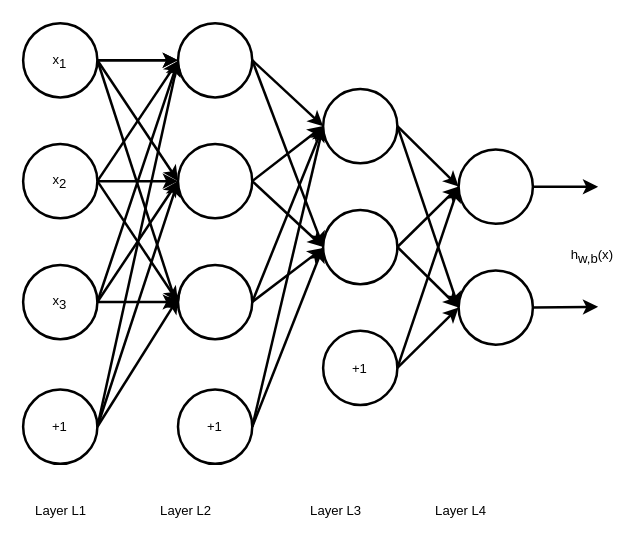
Liz606/Liz-todos keeps this draw.io diagram as 普通神经网络.drawio. Above is the earlier version. Source tidied: cells renumbered, new cells numbered last; positions are measured from the earlier drawing's top-left corner, leaving out a move shared by most shapes. Both pictures are drawn from the tidied source at 125%, with x=0, y=0 at pixel (22, 22).
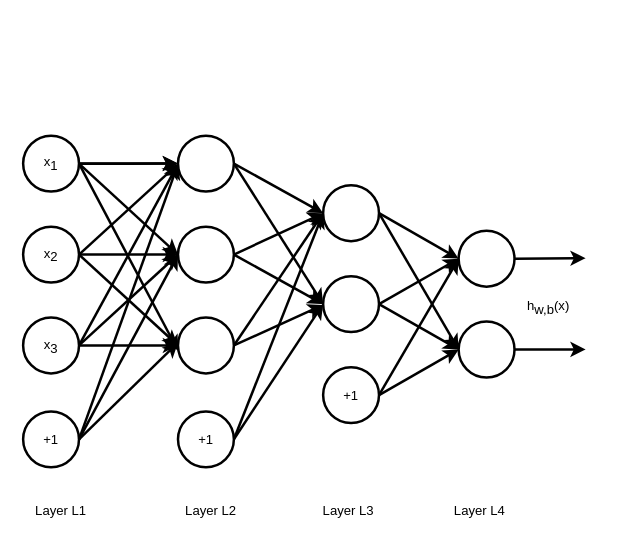
The same diagram, later.

Commit message (it also covers changes not shown here):
更新普通神经网络.drawio

What changed in the source:
```diff
@@
     <mxCell id="3" value="Layer L2" style="text;html=1;align=center;verticalAlign=middle;strokeWidth=2;fontSize=10.5;" parent="1" vertex="1">
-      <mxGeometry x="100" y="380" width="60" height="20" as="geometry" />
+      <mxGeometry x="120" y="380" width="60" height="20" as="geometry" />
     </mxCell>
     <mxCell id="4" value="Layer L3" style="text;html=1;align=center;verticalAlign=middle;strokeWidth=2;fontSize=10.5;" parent="1" vertex="1">
-      <mxGeometry x="220" y="380" width="60" height="20" as="geometry" />
+      <mxGeometry x="230" y="380" width="60" height="20" as="geometry" />
     </mxCell>
     <mxCell id="5" value="Layer L4" style="text;html=1;align=center;verticalAlign=middle;strokeWidth=2;fontSize=10.5;" parent="1" vertex="1">
-      <mxGeometry x="320" y="380" width="60" height="20" as="geometry" />
+      <mxGeometry x="335" y="380" width="60" height="20" as="geometry" />
     </mxCell>
     <mxCell id="6" style="group;" parent="1" vertex="1">
-      <mxGeometry width="480" height="363.5" as="geometry" />
+      <mxGeometry y="90" width="480" height="273.5" as="geometry" />
     </mxCell>
     <mxCell id="7" style="group;strokeWidth=2;fontSize=10.5;" parent="6" vertex="1">
-      <mxGeometry width="410.3" height="363.5" as="geometry" />
+      <mxGeometry width="410.3" height="273.5" as="geometry" />
     </mxCell>
@@
     <mxCell id="9" value="x&lt;sub style=&quot;font-size: 10.5px;&quot;&gt;1&lt;/sub&gt;" style="ellipse;whiteSpace=wrap;html=1;strokeWidth=2;fontSize=10.5;" parent="7" vertex="1">
-      <mxGeometry width="59.4" height="59.4" as="geometry" />
+      <mxGeometry width="44.7" height="44.7" as="geometry" />
     </mxCell>
@@
     <mxCell id="12" value="x&lt;sub style=&quot;font-size: 10.5px;&quot;&gt;2&lt;/sub&gt;" style="ellipse;whiteSpace=wrap;html=1;strokeWidth=2;fontSize=10.5;" parent="7" vertex="1">
-      <mxGeometry y="96.7" width="59.4" height="59.4" as="geometry" />
+      <mxGeometry y="72.8" width="44.7" height="44.7" as="geometry" />
     </mxCell>
@@
     <mxCell id="14" value="x&lt;sub style=&quot;font-size: 10.5px;&quot;&gt;3&lt;/sub&gt;" style="ellipse;whiteSpace=wrap;html=1;strokeWidth=2;fontSize=10.5;" parent="7" vertex="1">
-      <mxGeometry y="193.4" width="59.4" height="59.4" as="geometry" />
+      <mxGeometry y="145.5" width="44.7" height="44.7" as="geometry" />
     </mxCell>
     <mxCell id="15" value="+1" style="ellipse;whiteSpace=wrap;html=1;strokeWidth=2;fontSize=10.5;" parent="7" vertex="1">
-      <mxGeometry y="293.2" width="59.4" height="59.4" as="geometry" />
+      <mxGeometry y="220.6" width="44.7" height="44.7" as="geometry" />
     </mxCell>
@@
     <mxCell id="17" style="ellipse;whiteSpace=wrap;html=1;strokeWidth=2;fontSize=10.5;" parent="7" vertex="1">
-      <mxGeometry x="123.9" width="59.4" height="59.4" as="geometry" />
+      <mxGeometry x="123.9" width="44.7" height="44.7" as="geometry" />
     </mxCell>
@@
     <mxCell id="22" style="ellipse;whiteSpace=wrap;html=1;strokeWidth=2;fontSize=10.5;" parent="7" vertex="1">
-      <mxGeometry x="123.9" y="96.7" width="59.4" height="59.4" as="geometry" />
+      <mxGeometry x="123.9" y="72.8" width="44.7" height="44.7" as="geometry" />
     </mxCell>
     <mxCell id="23" style="ellipse;whiteSpace=wrap;html=1;strokeWidth=2;fontSize=10.5;" parent="7" vertex="1">
-      <mxGeometry x="123.9" y="193.4" width="59.4" height="59.4" as="geometry" />
+      <mxGeometry x="123.9" y="145.5" width="44.7" height="44.7" as="geometry" />
     </mxCell>
@@
     <mxCell id="26" value="+1" style="ellipse;whiteSpace=wrap;html=1;strokeWidth=2;fontSize=10.5;" parent="7" vertex="1">
-      <mxGeometry x="123.9" y="293.2" width="59.4" height="59.4" as="geometry" />
+      <mxGeometry x="123.9" y="220.6" width="44.7" height="44.7" as="geometry" />
     </mxCell>
@@
     <mxCell id="28" style="ellipse;whiteSpace=wrap;html=1;strokeWidth=2;fontSize=10.5;" parent="7" vertex="1">
-      <mxGeometry x="240" y="52.7" width="59.4" height="59.4" as="geometry" />
+      <mxGeometry x="240" y="39.7" width="44.7" height="44.7" as="geometry" />
     </mxCell>
@@
     <mxCell id="30" style="ellipse;whiteSpace=wrap;html=1;strokeWidth=2;fontSize=10.5;" parent="7" vertex="1">
-      <mxGeometry x="240" y="149.4" width="59.4" height="59.4" as="geometry" />
+      <mxGeometry x="240" y="112.4" width="44.7" height="44.7" as="geometry" />
     </mxCell>
     <mxCell id="31" value="+1" style="ellipse;whiteSpace=wrap;html=1;strokeWidth=2;fontSize=10.5;" parent="7" vertex="1">
-      <mxGeometry x="240" y="246.1" width="59.4" height="59.4" as="geometry" />
+      <mxGeometry x="240" y="185.2" width="44.7" height="44.7" as="geometry" />
     </mxCell>
     <mxCell id="32" style="ellipse;whiteSpace=wrap;html=1;strokeWidth=2;fontSize=10.5;" parent="7" vertex="1">
-      <mxGeometry x="348.4" y="101.1" width="59.4" height="59.4" as="geometry" />
+      <mxGeometry x="348.4" y="76.1" width="44.7" height="44.7" as="geometry" />
     </mxCell>
     <mxCell id="33" style="ellipse;whiteSpace=wrap;html=1;strokeWidth=2;fontSize=10.5;" parent="7" vertex="1">
-      <mxGeometry x="348.4" y="197.8" width="59.4" height="59.4" as="geometry" />
+      <mxGeometry x="348.4" y="148.8" width="44.7" height="44.7" as="geometry" />
     </mxCell>
@@
     <mxCell id="42" style="rounded=0;jettySize=auto;html=1;exitX=1;exitY=0.5;exitDx=0;exitDy=0;strokeWidth=2;fontSize=10.5;" parent="6" edge="1" source="15">
       <mxGeometry relative="1" as="geometry">
-        <mxPoint x="124" y="220" as="targetPoint" />
+        <mxPoint x="124" y="165.5" as="targetPoint" />
       </mxGeometry>
     </mxCell>
     <mxCell id="43" style="edgeStyle=none;rounded=0;jettySize=auto;html=1;exitX=1;exitY=0.5;exitDx=0;exitDy=0;strokeWidth=2;fontSize=10.5;" parent="6" edge="1" source="23">
       <mxGeometry relative="1" as="geometry">
-        <mxPoint x="240" y="180" as="targetPoint" />
+        <mxPoint x="240" y="135.4" as="targetPoint" />
       </mxGeometry>
     </mxCell>
     <mxCell id="44" style="edgeStyle=none;rounded=0;jettySize=auto;html=1;exitX=1;exitY=0.5;exitDx=0;exitDy=0;strokeWidth=2;fontSize=10.5;" parent="6" edge="1" source="15">
       <mxGeometry relative="1" as="geometry">
-        <mxPoint x="124" y="30" as="targetPoint" />
+        <mxPoint x="124" y="22.6" as="targetPoint" />
       </mxGeometry>
     </mxCell>
     <mxCell id="45" style="edgeStyle=none;rounded=0;jettySize=auto;html=1;exitX=1;exitY=0.5;exitDx=0;exitDy=0;strokeWidth=2;fontSize=10.5;" parent="6" edge="1" source="9">
       <mxGeometry relative="1" as="geometry">
-        <mxPoint x="123.9" y="228.6" as="targetPoint" />
+        <mxPoint x="123.9" y="172" as="targetPoint" />
       </mxGeometry>
     </mxCell>
     <mxCell id="46" style="edgeStyle=none;rounded=0;jettySize=auto;html=1;strokeWidth=2;fontSize=10.5;exitX=1;exitY=0.5;exitDx=0;exitDy=0;" parent="6" edge="1" source="12">
       <mxGeometry relative="1" as="geometry">
-        <mxPoint x="124" y="30" as="targetPoint" />
+        <mxPoint x="124" y="22.6" as="targetPoint" />
       </mxGeometry>
     </mxCell>
     <mxCell id="47" style="edgeStyle=none;rounded=0;jettySize=auto;html=1;exitX=1;exitY=0.5;exitDx=0;exitDy=0;strokeWidth=2;fontSize=10.5;" parent="6" edge="1" source="14">
       <mxGeometry relative="1" as="geometry">
-        <mxPoint x="124" y="30" as="targetPoint" />
+        <mxPoint x="124" y="22.6" as="targetPoint" />
       </mxGeometry>
     </mxCell>
     <mxCell id="48" value="h&lt;sub style=&quot;font-size: 10.5px;&quot;&gt;w,b&lt;/sub&gt;(x)" style="text;html=1;align=center;verticalAlign=middle;strokeWidth=2;fontSize=10.5;" parent="6" vertex="1">
-      <mxGeometry x="429.7" y="175.8" width="50" height="20" as="geometry" />
+      <mxGeometry x="395" y="126.7" width="50" height="20" as="geometry" />
     </mxCell>
-    <mxCell id="49" style="edgeStyle=none;rounded=0;jettySize=auto;html=1;exitX=1;exitY=0.5;exitDx=0;exitDy=0;strokeWidth=2;fontSize=10.5;" parent="1" edge="1" source="32">
-      <mxGeometry relative="1" as="geometry">
-        <mxPoint x="460" y="131" as="targetPoint" />
-      </mxGeometry>
-    </mxCell>
-    <mxCell id="50" style="edgeStyle=none;rounded=0;jettySize=auto;html=1;exitX=1;exitY=0.5;exitDx=0;exitDy=0;strokeWidth=2;fontSize=10.5;" parent="1" edge="1" source="33">
-      <mxGeometry relative="1" as="geometry">
-        <mxPoint x="460" y="227" as="targetPoint" />
-      </mxGeometry>
-    </mxCell>
+    <mxCell id="51" style="edgeStyle=none;rounded=0;jettySize=auto;html=1;exitX=1;exitY=0.5;exitDx=0;exitDy=0;strokeWidth=2;fontSize=10.5;" parent="1" edge="1" source="33">
+      <mxGeometry relative="1" as="geometry">
+        <mxPoint x="450" y="261" as="targetPoint" />
+      </mxGeometry>
+    </mxCell>
+    <mxCell id="52" style="edgeStyle=none;rounded=0;jettySize=auto;html=1;exitX=1;exitY=0.5;exitDx=0;exitDy=0;strokeWidth=2;fontSize=10.5;" parent="1" edge="1" source="32">
+      <mxGeometry relative="1" as="geometry">
+        <mxPoint x="450" y="188" as="targetPoint" />
+      </mxGeometry>
+    </mxCell>
```
